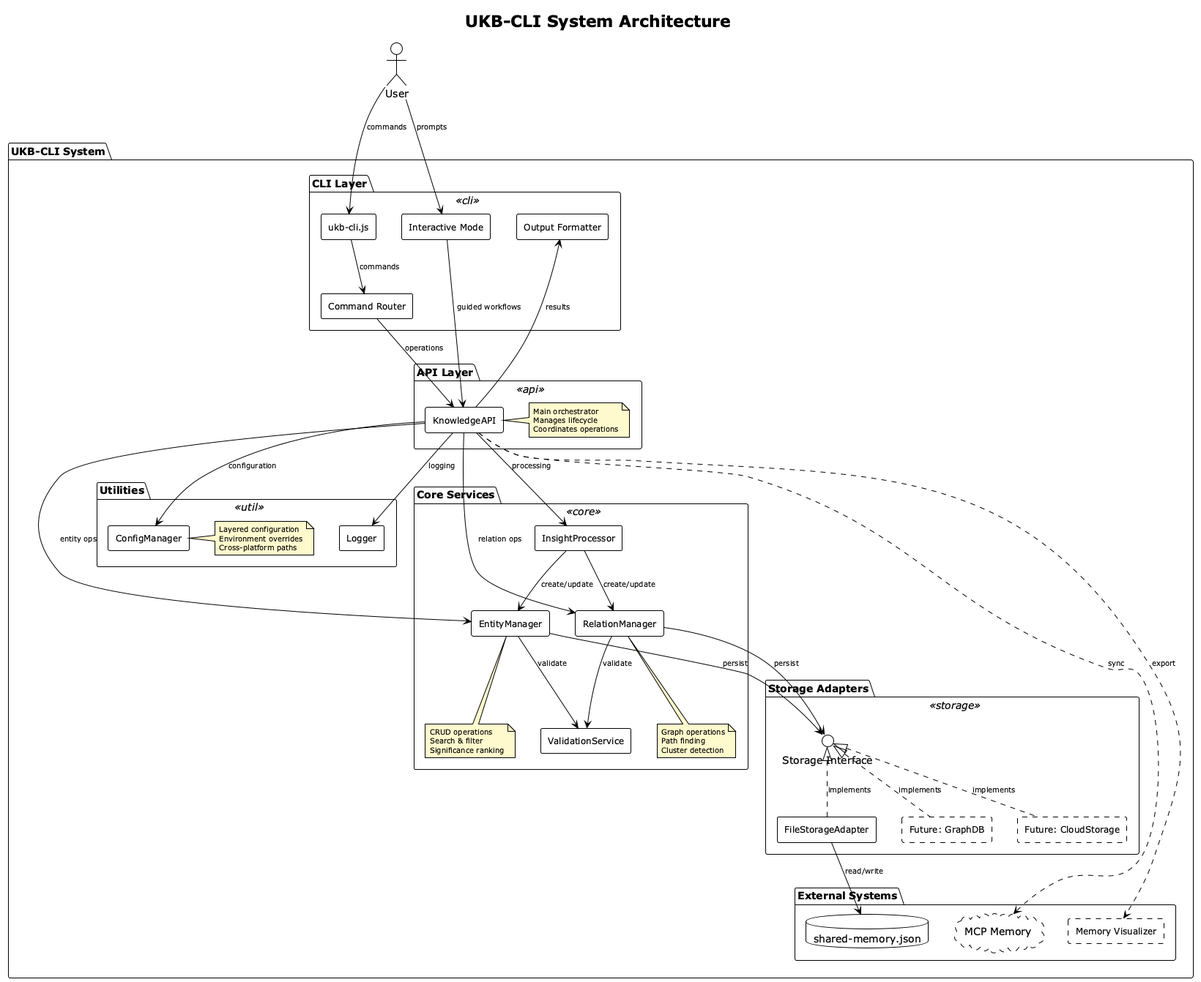
fwornle/coding keeps this PlantUML diagram as docs/images/ukb-cli-architecture.png. Above is the earlier version.
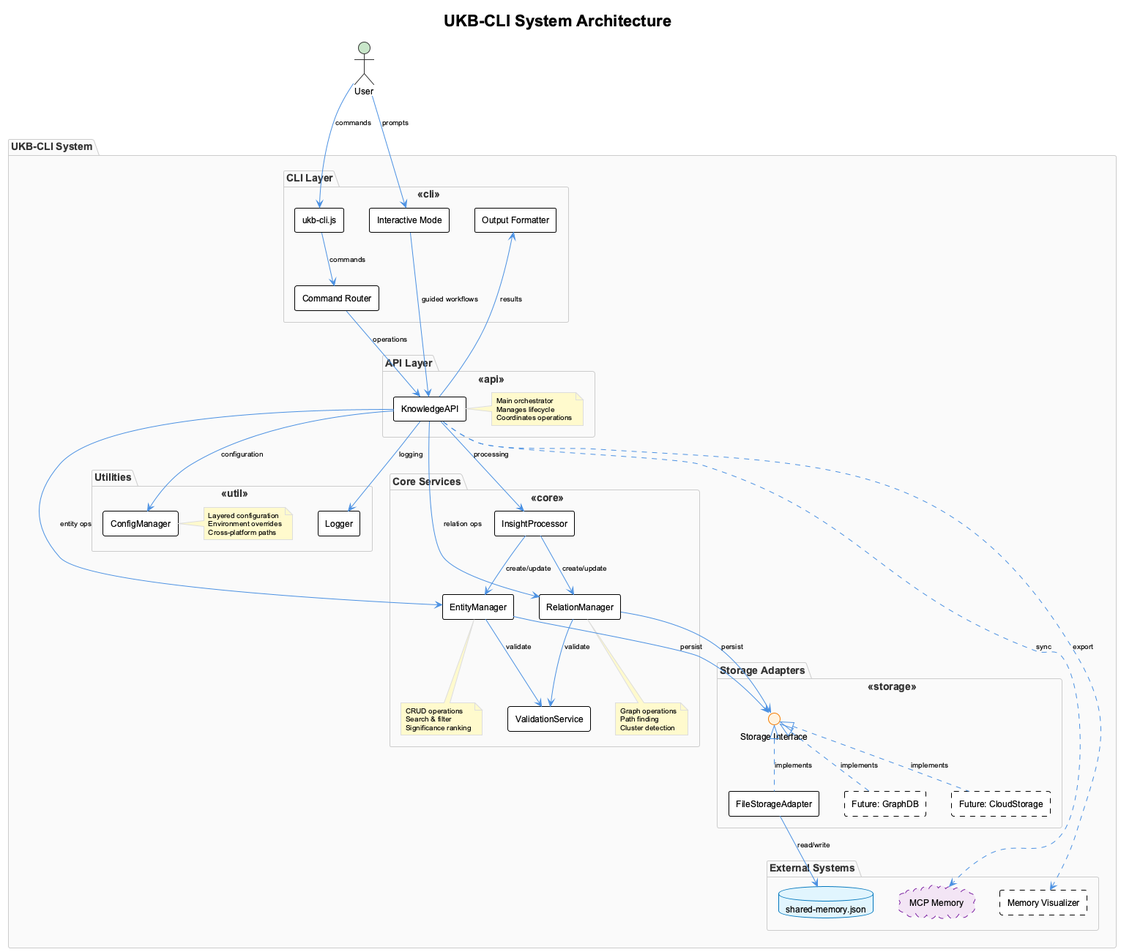
After the change.

What changed in the source:
```diff
@@ -1,9 +1,9 @@
 @startuml ukb-cli-architecture
-!theme plain
+!include _standard-style.puml
+
 title UKB-CLI System Architecture
 
 skinparam componentStyle rectangle
-skinparam backgroundColor white
 skinparam component {
   BackgroundColor<<api>> #E8F4FD
   BackgroundColor<<core>> #E8F5E8
```
